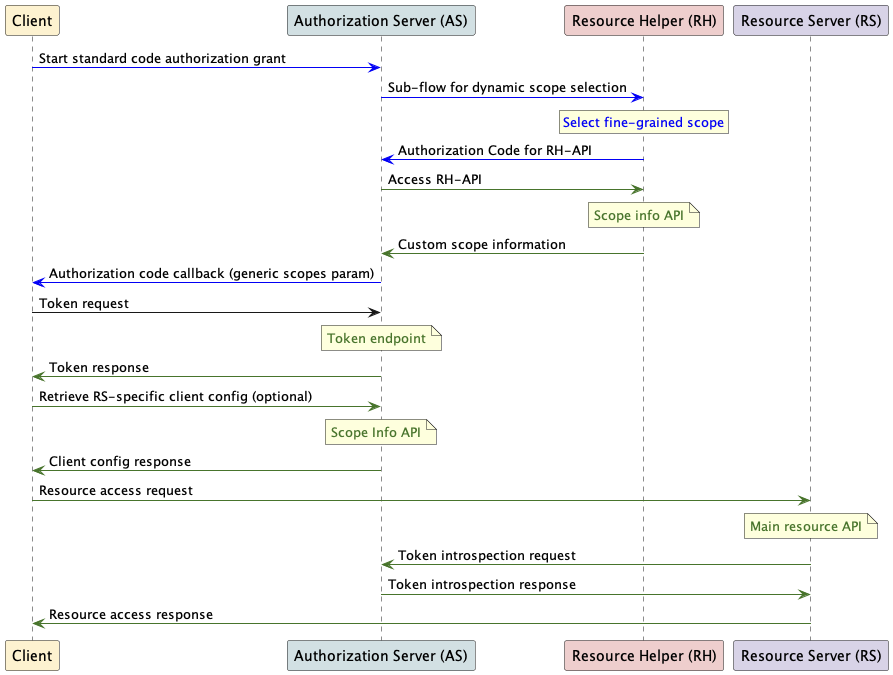
Above: phase-2/plantuml/swimlanes.png in SURFnet/surf-token-based-access (PlantUML), before the change.
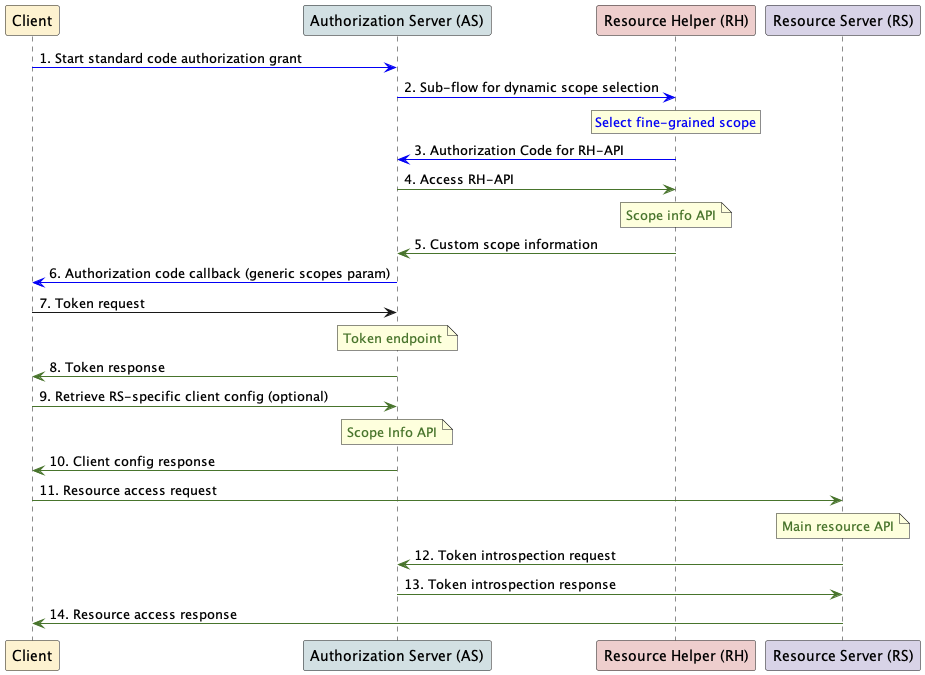
The same diagram one commit later.

What changed in the source:
```diff
@@ -3,33 +3,33 @@
 participant "Authorization Server (AS)" as AS #d2e0e3
 participant "Resource Helper (RH)" as RH #eececd
 participant "Resource Server (RS)" as RS #d8d3e7
-C -[#0200f5]> AS: Start standard code authorization grant
-AS -[#0200f5]> RH: Sub-flow for dynamic scope selection
+C -[#0200f5]> AS: 1. Start standard code authorization grant
+AS -[#0200f5]> RH: 2. Sub-flow for dynamic scope selection
 rnote over RH
   <color #0200f5>Select fine-grained scope</color>
 end note
-RH -[#0200f5]> AS: Authorization Code for RH-API
-AS -[#48742c]> RH: Access RH-API
+RH -[#0200f5]> AS: 3. Authorization Code for RH-API
+AS -[#48742c]> RH: 4. Access RH-API
 note over RH
   <color #48742c>Scope info API</color>
 end note
-RH -[#48742c]> AS: Custom scope information
-AS -[#0200f5]> C: Authorization code callback (generic scopes param)
-C -> AS: Token request
+RH -[#48742c]> AS: 5. Custom scope information
+AS -[#0200f5]> C: 6. Authorization code callback (generic scopes param)
+C -> AS: 7. Token request
 note over AS
   <color #48742c>Token endpoint</color>
 end note
-AS -[#48742c]> C: Token response
-C -[#48742c]> AS: Retrieve RS-specific client config (optional)
+AS -[#48742c]> C: 8. Token response
+C -[#48742c]> AS: 9. Retrieve RS-specific client config (optional)
 note over AS
   <color #48742c>Scope Info API</color>
 end note
-AS -[#48742c]> C: Client config response
-C -[#48742c]> RS: Resource access request
+AS -[#48742c]> C: 10. Client config response
+C -[#48742c]> RS: 11. Resource access request
 note over RS
   <color #48742c>Main resource API</color>
 end note
-RS -[#48742c]> AS: Token introspection request
-AS -[#48742c]> RS: Token introspection response
-RS -[#48742c]> C: Resource access response
+RS -[#48742c]> AS: 12. Token introspection request
+AS -[#48742c]> RS: 13. Token introspection response
+RS -[#48742c]> C: 14. Resource access response
 @enduml
```
